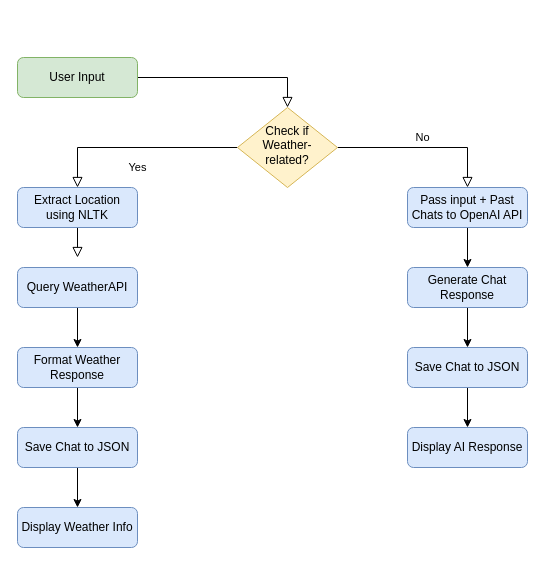
Above: Chatbot.drawio in Ashwinpillai9/AI-Chatbot-with-Weather-Integration (draw.io), before the change. Source tidied: cells renumbered, new cells numbered last; positions are measured from the earlier drawing's top-left corner, leaving out a move shared by most shapes. Both pictures are drawn from the tidied source at 100%, with x=0, y=0 at pixel (17, 57).
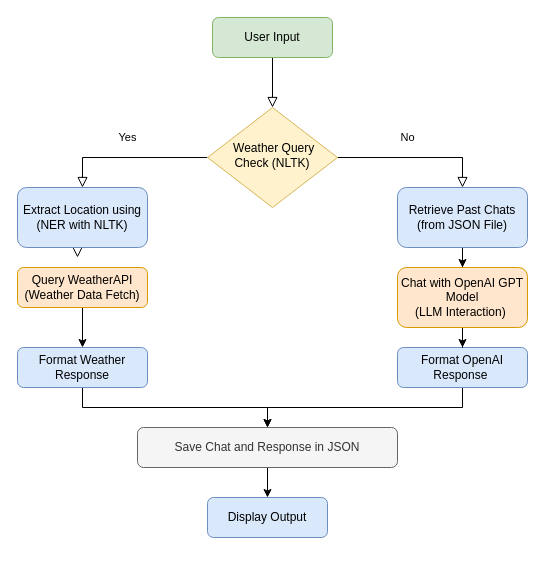
After the change.

What changed in the source:
```diff
@@
     <mxCell id="3" value="User Input" style="rounded=1;whiteSpace=wrap;html=1;fontSize=12;glass=0;strokeWidth=1;shadow=0;fillColor=#d5e8d4;strokeColor=#82b366;" parent="1" vertex="1">
-      <mxGeometry width="120" height="40" as="geometry" />
+      <mxGeometry x="195" y="-40" width="120" height="40" as="geometry" />
     </mxCell>
     <mxCell id="4" value="Yes" style="rounded=0;html=1;jettySize=auto;fontSize=11;endArrow=block;endFill=0;endSize=8;strokeWidth=1;shadow=0;labelBackgroundColor=none;edgeStyle=orthogonalEdgeStyle;entryX=0.5;entryY=0;entryDx=0;entryDy=0;" parent="1" edge="1" source="6" target="10">
-      <mxGeometry y="20" relative="1" as="geometry" />
+      <mxGeometry x="0.03" y="-20" relative="1" as="geometry" />
     </mxCell>
     <mxCell id="5" value="No" style="edgeStyle=orthogonalEdgeStyle;rounded=0;html=1;jettySize=auto;fontSize=11;endArrow=block;endFill=0;endSize=8;strokeWidth=1;shadow=0;labelBackgroundColor=none;entryX=0.5;entryY=0;entryDx=0;entryDy=0;" parent="1" edge="1" source="6" target="8">
-      <mxGeometry y="10" relative="1" as="geometry" />
+      <mxGeometry x="-0.1" y="20" relative="1" as="geometry" />
     </mxCell>
-    <mxCell id="6" value="Check if Weather-related?" style="rhombus;whiteSpace=wrap;html=1;shadow=0;fontFamily=Helvetica;fontSize=12;align=center;strokeWidth=1;spacing=6;spacingTop=-4;fillColor=#fff2cc;strokeColor=#d6b656;" parent="1" vertex="1">
-      <mxGeometry x="220" y="50" width="100" height="80" as="geometry" />
+    <mxCell id="6" value="&amp;nbsp;Weather Query Check (NLTK)" style="rhombus;whiteSpace=wrap;html=1;shadow=0;fontFamily=Helvetica;fontSize=12;align=center;strokeWidth=1;spacing=6;spacingTop=-4;fillColor=#fff2cc;strokeColor=#d6b656;" parent="1" vertex="1">
+      <mxGeometry x="190" y="50" width="130" height="100" as="geometry" />
     </mxCell>
@@
-    <mxCell id="8" value="Pass input + Past Chats to OpenAI API" style="rounded=1;whiteSpace=wrap;html=1;fontSize=12;glass=0;strokeWidth=1;shadow=0;fillColor=#dae8fc;strokeColor=#6c8ebf;" parent="1" vertex="1">
-      <mxGeometry x="390" y="130" width="120" height="40" as="geometry" />
+    <mxCell id="8" value="&lt;div&gt;Retrieve Past Chats (from JSON File)&lt;/div&gt;" style="rounded=1;whiteSpace=wrap;html=1;fontSize=12;glass=0;strokeWidth=1;shadow=0;fillColor=#dae8fc;strokeColor=#6c8ebf;" parent="1" vertex="1">
+      <mxGeometry x="380" y="130" width="130" height="60" as="geometry" />
     </mxCell>
@@
-    <mxCell id="10" value="Extract Location using NLTK" style="rounded=1;whiteSpace=wrap;html=1;fontSize=12;glass=0;strokeWidth=1;shadow=0;fillColor=#dae8fc;strokeColor=#6c8ebf;" parent="1" vertex="1">
-      <mxGeometry y="130" width="120" height="40" as="geometry" />
+    <mxCell id="10" value="Extract Location using (NER with NLTK)" style="rounded=1;whiteSpace=wrap;html=1;fontSize=12;glass=0;strokeWidth=1;shadow=0;fillColor=#dae8fc;strokeColor=#6c8ebf;" parent="1" vertex="1">
+      <mxGeometry y="130" width="130" height="60" as="geometry" />
     </mxCell>
-    <mxCell id="11" style="edgeStyle=orthogonalEdgeStyle;rounded=0;jettySize=auto;html=1;" parent="1" edge="1" source="12" target="15">
-      <mxGeometry relative="1" as="geometry" />
-    </mxCell>
+    <mxCell id="23" style="edgeStyle=orthogonalEdgeStyle;rounded=0;jettySize=auto;html=1;entryX=0.5;entryY=0;entryDx=0;entryDy=0;" parent="1" edge="1" source="12" target="19">
+      <mxGeometry relative="1" as="geometry" />
+    </mxCell>
-    <mxCell id="12" value="Save Chat to JSON" style="rounded=1;whiteSpace=wrap;html=1;fontSize=12;glass=0;strokeWidth=1;shadow=0;fillColor=#dae8fc;strokeColor=#6c8ebf;" parent="1" vertex="1">
-      <mxGeometry x="390" y="290" width="120" height="40" as="geometry" />
+    <mxCell id="12" value="Format OpenAI Response&amp;nbsp; " style="rounded=1;whiteSpace=wrap;html=1;fontSize=12;glass=0;strokeWidth=1;shadow=0;fillColor=#dae8fc;strokeColor=#6c8ebf;" parent="1" vertex="1">
+      <mxGeometry x="380" y="290" width="130" height="40" as="geometry" />
     </mxCell>
@@
-    <mxCell id="14" value="Generate Chat Response" style="rounded=1;whiteSpace=wrap;html=1;fontSize=12;glass=0;strokeWidth=1;shadow=0;fillColor=#dae8fc;strokeColor=#6c8ebf;" parent="1" vertex="1">
-      <mxGeometry x="390" y="210" width="120" height="40" as="geometry" />
+    <mxCell id="14" value="&lt;div&gt;Chat with OpenAI GPT Model &lt;br&gt;&lt;/div&gt;&lt;div&gt;(LLM Interaction)&amp;nbsp; &lt;br&gt;&lt;/div&gt;" style="rounded=1;whiteSpace=wrap;html=1;fontSize=12;glass=0;strokeWidth=1;shadow=0;fillColor=#ffe6cc;strokeColor=#d79b00;" parent="1" vertex="1">
+      <mxGeometry x="380" y="210" width="130" height="60" as="geometry" />
     </mxCell>
-    <mxCell id="15" value="Display AI Response" style="rounded=1;whiteSpace=wrap;html=1;fontSize=12;glass=0;strokeWidth=1;shadow=0;fillColor=#dae8fc;strokeColor=#6c8ebf;" parent="1" vertex="1">
-      <mxGeometry x="390" y="370" width="120" height="40" as="geometry" />
-    </mxCell>
@@
-    <mxCell id="17" value="Query WeatherAPI" style="rounded=1;whiteSpace=wrap;html=1;fontSize=12;glass=0;strokeWidth=1;shadow=0;fillColor=#dae8fc;strokeColor=#6c8ebf;" parent="1" vertex="1">
-      <mxGeometry y="210" width="120" height="40" as="geometry" />
+    <mxCell id="17" value="&lt;div&gt;Query WeatherAPI &lt;br&gt;&lt;/div&gt;&lt;div&gt;(Weather Data Fetch)&lt;/div&gt;" style="rounded=1;whiteSpace=wrap;html=1;fontSize=12;glass=0;strokeWidth=1;shadow=0;fillColor=#ffe6cc;strokeColor=#d79b00;" parent="1" vertex="1">
+      <mxGeometry y="210" width="130" height="40" as="geometry" />
     </mxCell>
@@
-    <mxCell id="19" value="Save Chat to JSON" style="rounded=1;whiteSpace=wrap;html=1;fontSize=12;glass=0;strokeWidth=1;shadow=0;fillColor=#dae8fc;strokeColor=#6c8ebf;" parent="1" vertex="1">
-      <mxGeometry y="370" width="120" height="40" as="geometry" />
+    <mxCell id="19" value="Save Chat and Response in JSON" style="rounded=1;whiteSpace=wrap;html=1;fontSize=12;glass=0;strokeWidth=1;shadow=0;fillColor=#f5f5f5;strokeColor=#666666;fontColor=#333333;" parent="1" vertex="1">
+      <mxGeometry x="120" y="370" width="260" height="40" as="geometry" />
     </mxCell>
@@
     <mxCell id="21" value="Format Weather Response" style="rounded=1;whiteSpace=wrap;html=1;fontSize=12;glass=0;strokeWidth=1;shadow=0;fillColor=#dae8fc;strokeColor=#6c8ebf;" parent="1" vertex="1">
-      <mxGeometry y="290" width="120" height="40" as="geometry" />
+      <mxGeometry y="290" width="130" height="40" as="geometry" />
     </mxCell>
-    <mxCell id="22" value="Display Weather Info" style="rounded=1;whiteSpace=wrap;html=1;fontSize=12;glass=0;strokeWidth=1;shadow=0;fillColor=#dae8fc;strokeColor=#6c8ebf;" parent="1" vertex="1">
-      <mxGeometry y="450" width="120" height="40" as="geometry" />
+    <mxCell id="22" value="Display Output" style="rounded=1;whiteSpace=wrap;html=1;fontSize=12;glass=0;strokeWidth=1;shadow=0;fillColor=#dae8fc;strokeColor=#6c8ebf;" parent="1" vertex="1">
+      <mxGeometry x="190" y="440" width="120" height="40" as="geometry" />
     </mxCell>
```
